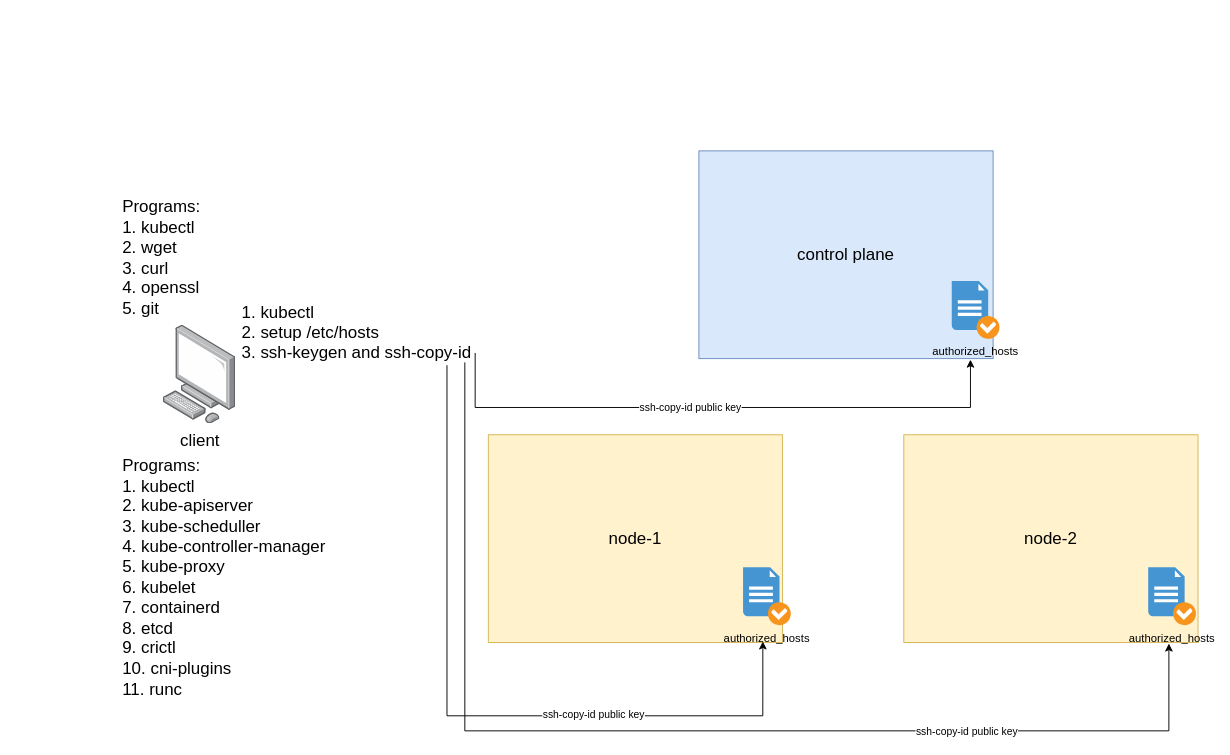
Earlier version of the draw.io diagram k8s cluster setup.drawio (firelinks-alex/firelinks-alex.github.io). Source tidied: cells renumbered, new cells numbered last; positions are measured from the earlier drawing's top-left corner, leaving out a move shared by most shapes. Both pictures are drawn from the tidied source at 94%, with x=0, y=0 at pixel (120, 150).
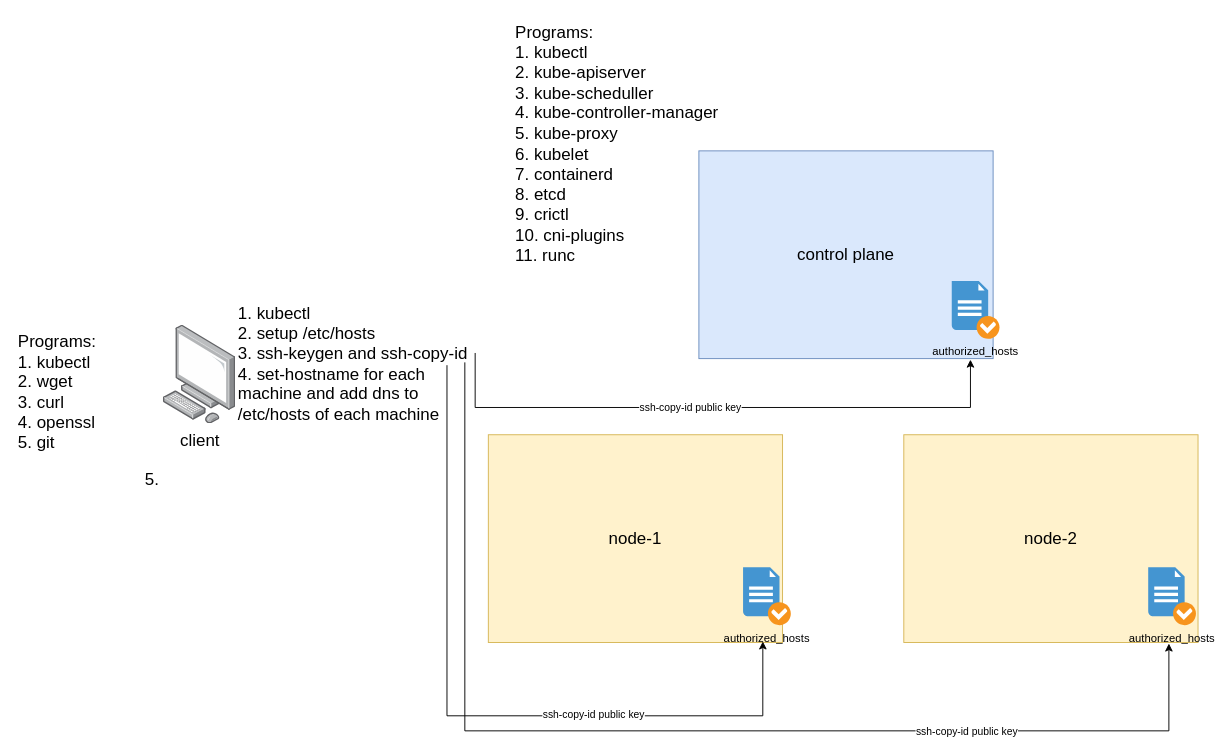
The same diagram, later.

What changed in the source:
```diff
@@
     <mxCell id="6" value="Programs:&lt;div&gt;1. kubectl&lt;/div&gt;&lt;div&gt;2. kube-apiserver&lt;/div&gt;&lt;div&gt;3. kube-scheduller&lt;/div&gt;&lt;div&gt;4. kube-controller-manager&lt;/div&gt;&lt;div&gt;5. kube-proxy&lt;/div&gt;&lt;div&gt;6. kubelet&lt;/div&gt;&lt;div&gt;7. containerd&lt;/div&gt;&lt;div&gt;8. etcd&lt;/div&gt;&lt;div&gt;9. crictl&lt;/div&gt;&lt;div&gt;10. cni-plugins&lt;/div&gt;&lt;div&gt;11. runc&lt;/div&gt;&lt;div&gt;&lt;br&gt;&lt;/div&gt;" style="text;html=1;align=left;verticalAlign=top;whiteSpace=wrap;rounded=0;strokeWidth=1;fontSize=18;" parent="1" vertex="1">
-      <mxGeometry y="318" width="306" height="285" as="geometry" />
+      <mxGeometry x="418" y="-143" width="306" height="285" as="geometry" />
     </mxCell>
     <mxCell id="7" value="Programs:&lt;div&gt;1. kubectl&lt;/div&gt;&lt;div&gt;2. wget&lt;/div&gt;&lt;div&gt;3. curl&lt;/div&gt;&lt;div&gt;4. openssl&lt;/div&gt;&lt;div&gt;5. git&lt;/div&gt;" style="text;html=1;align=left;verticalAlign=top;whiteSpace=wrap;rounded=0;strokeWidth=1;fontSize=18;" parent="1" vertex="1">
-      <mxGeometry y="43" width="110" height="157" as="geometry" />
+      <mxGeometry x="-111" y="185.5" width="110" height="157" as="geometry" />
     </mxCell>
-    <mxCell id="8" value="&lt;div style=&quot;forced-color-adjust: none; color: rgb(0, 0, 0); font-family: Helvetica; font-size: 18px; font-style: normal; font-variant-ligatures: normal; font-variant-caps: normal; font-weight: 400; letter-spacing: normal; orphans: 2; text-align: left; text-indent: 0px; text-transform: none; widows: 2; word-spacing: 0px; -webkit-text-stroke-width: 0px; white-space: normal; background-color: rgb(255, 255, 255); text-decoration-thickness: initial; text-decoration-style: initial; text-decoration-color: initial;&quot;&gt;1. kubectl&lt;/div&gt;&lt;div style=&quot;forced-color-adjust: none; color: rgb(0, 0, 0); font-family: Helvetica; font-size: 18px; font-style: normal; font-variant-ligatures: normal; font-variant-caps: normal; font-weight: 400; letter-spacing: normal; orphans: 2; text-align: left; text-indent: 0px; text-transform: none; widows: 2; word-spacing: 0px; -webkit-text-stroke-width: 0px; white-space: normal; background-color: rgb(255, 255, 255); text-decoration-thickness: initial; text-decoration-style: initial; text-decoration-color: initial;&quot;&gt;2. setup /etc/hosts&lt;/div&gt;&lt;div style=&quot;forced-color-adjust: none; color: rgb(0, 0, 0); font-family: Helvetica; font-size: 18px; font-style: normal; font-variant-ligatures: normal; font-variant-caps: normal; font-weight: 400; letter-spacing: normal; orphans: 2; text-align: left; text-indent: 0px; text-transform: none; widows: 2; word-spacing: 0px; -webkit-text-stroke-width: 0px; white-space: normal; background-color: rgb(255, 255, 255); text-decoration-thickness: initial; text-decoration-style: initial; text-decoration-color: initial;&quot;&gt;3. ssh-keygen and ssh-copy-id&lt;/div&gt;" style="text;whiteSpace=wrap;html=1;" parent="1" vertex="1">
-      <mxGeometry x="127" y="155" width="264" height="160" as="geometry" />
+    <mxCell id="8" value="&lt;div style=&quot;forced-color-adjust: none; color: rgb(0, 0, 0); font-family: Helvetica; font-size: 18px; font-style: normal; font-variant-ligatures: normal; font-variant-caps: normal; font-weight: 400; letter-spacing: normal; orphans: 2; text-align: left; text-indent: 0px; text-transform: none; widows: 2; word-spacing: 0px; -webkit-text-stroke-width: 0px; white-space: normal; background-color: rgb(255, 255, 255); text-decoration-thickness: initial; text-decoration-style: initial; text-decoration-color: initial;&quot;&gt;1. kubectl&lt;/div&gt;&lt;div style=&quot;forced-color-adjust: none; color: rgb(0, 0, 0); font-family: Helvetica; font-size: 18px; font-style: normal; font-variant-ligatures: normal; font-variant-caps: normal; font-weight: 400; letter-spacing: normal; orphans: 2; text-align: left; text-indent: 0px; text-transform: none; widows: 2; word-spacing: 0px; -webkit-text-stroke-width: 0px; white-space: normal; background-color: rgb(255, 255, 255); text-decoration-thickness: initial; text-decoration-style: initial; text-decoration-color: initial;&quot;&gt;2. setup /etc/hosts&lt;/div&gt;&lt;div style=&quot;forced-color-adjust: none; color: rgb(0, 0, 0); font-family: Helvetica; font-size: 18px; font-style: normal; font-variant-ligatures: normal; font-variant-caps: normal; font-weight: 400; letter-spacing: normal; orphans: 2; text-align: left; text-indent: 0px; text-transform: none; widows: 2; word-spacing: 0px; -webkit-text-stroke-width: 0px; white-space: normal; background-color: rgb(255, 255, 255); text-decoration-thickness: initial; text-decoration-style: initial; text-decoration-color: initial;&quot;&gt;3. ssh-keygen and ssh-copy-id&lt;/div&gt;&lt;div style=&quot;forced-color-adjust: none; color: rgb(0, 0, 0); font-family: Helvetica; font-size: 18px; font-style: normal; font-variant-ligatures: normal; font-variant-caps: normal; font-weight: 400; letter-spacing: normal; orphans: 2; text-align: left; text-indent: 0px; text-transform: none; widows: 2; word-spacing: 0px; -webkit-text-stroke-width: 0px; white-space: normal; background-color: rgb(255, 255, 255); text-decoration-thickness: initial; text-decoration-style: initial; text-decoration-color: initial;&quot;&gt;4. set-hostname for each machine and add dns to /etc/hosts of each machine&lt;/div&gt;" style="text;whiteSpace=wrap;html=1;" parent="1" vertex="1">
+      <mxGeometry x="122.5" y="156" width="264" height="160" as="geometry" />
     </mxCell>
@@
+    <mxCell id="18" value="&lt;div style=&quot;forced-color-adjust: none; color: rgb(0, 0, 0); font-family: Helvetica; font-size: 18px; font-style: normal; font-variant-ligatures: normal; font-variant-caps: normal; font-weight: 400; letter-spacing: normal; orphans: 2; text-align: left; text-indent: 0px; text-transform: none; widows: 2; word-spacing: 0px; -webkit-text-stroke-width: 0px; white-space: normal; background-color: rgb(255, 255, 255); text-decoration-thickness: initial; text-decoration-style: initial; text-decoration-color: initial;&quot;&gt;5.&amp;nbsp;&lt;/div&gt;" style="text;whiteSpace=wrap;html=1;" parent="1" vertex="1">
+      <mxGeometry x="24" y="332.5" width="264" height="160" as="geometry" />
+    </mxCell>
```
